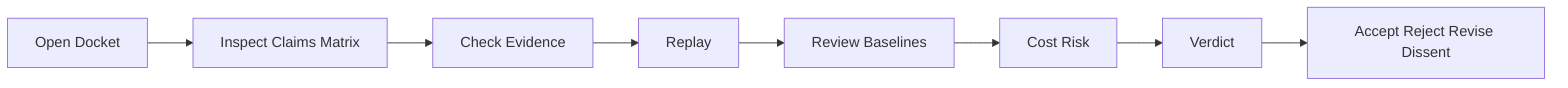
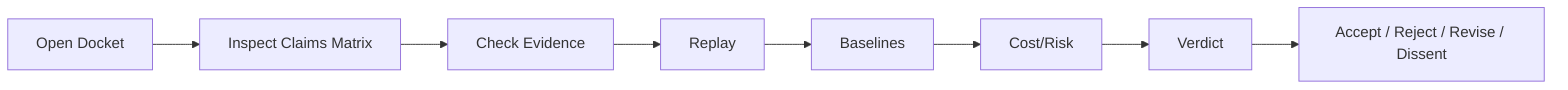
flowchart LR
  N0["Open Docket"] --> N1["Inspect Claims Matrix"]
  N1["Inspect Claims Matrix"] --> N2["Check Evidence"]
  N2["Check Evidence"] --> N3["Replay"]
-   N3["Replay"] --> N4["Review Baselines"]
-   N4["Review Baselines"] --> N5["Cost Risk"]
-   N5["Cost Risk"] --> N6["Verdict"]
-   N6["Verdict"] --> N7["Accept Reject Revise Dissent"]
+   N3["Replay"] --> N4["Baselines"]
+   N4["Baselines"] --> N5["Cost/Risk"]
+   N5["Cost/Risk"] --> N6["Verdict"]
+   N6["Verdict"] --> N7["Accept / Reject / Revise / Dissent"]
